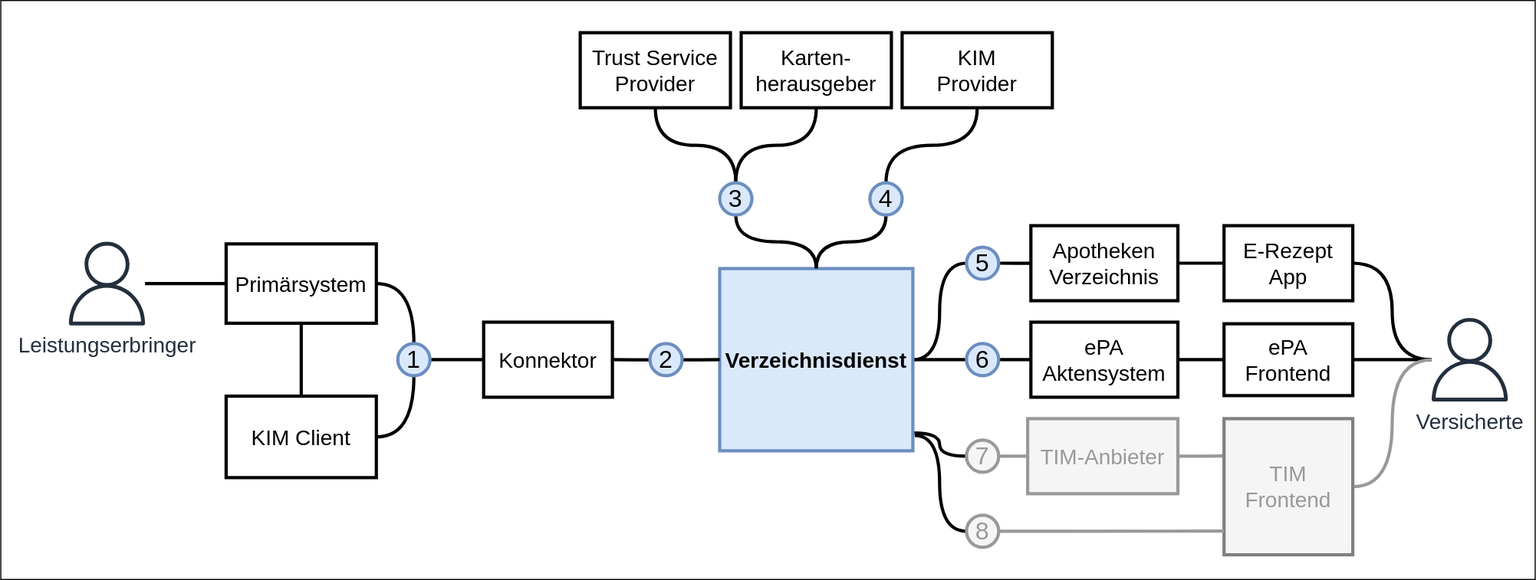
gematik/api-vzd keeps this draw.io diagram as images/VZD_Systemkontext.svg. Above is the earlier version. Source tidied: cells renumbered, new cells last; positions are measured from the earlier drawing's top-left corner, leaving out a move shared by most shapes.
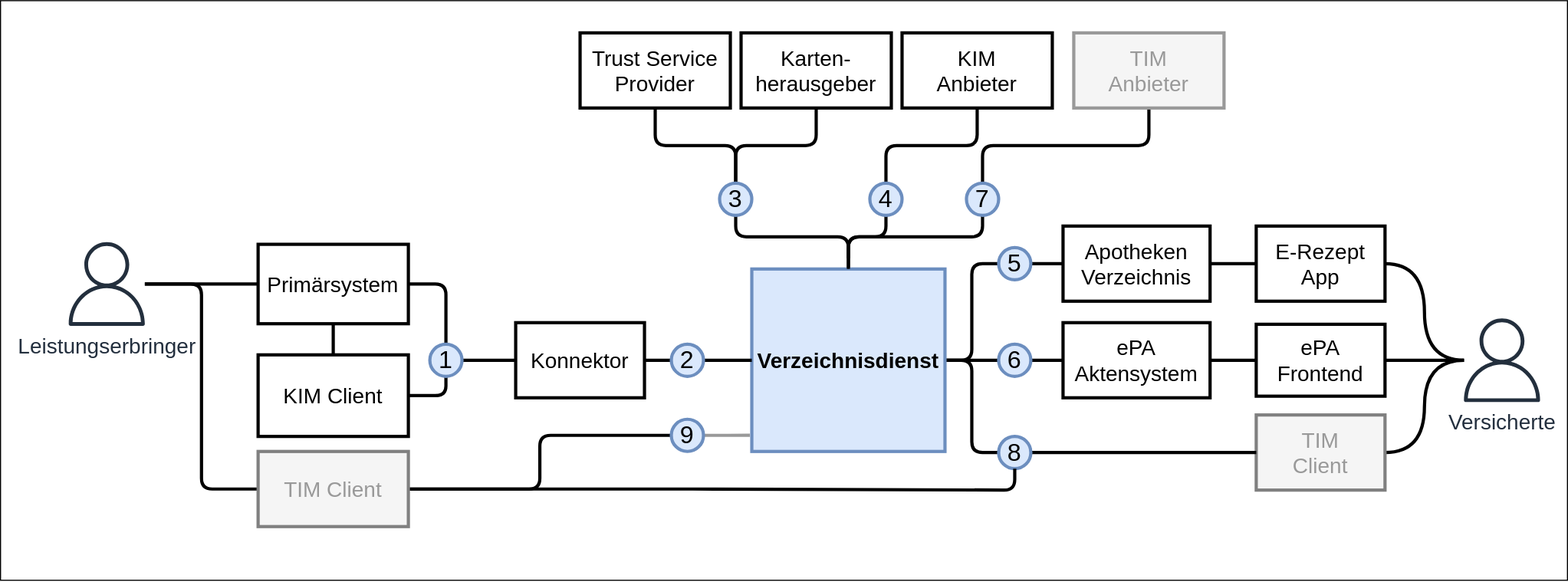
Above is the later version.

Diff of the diagram source:
```diff
@@ -3,21 +3,23 @@
     <mxCell id="0" />
     <mxCell id="1" parent="0" />
     <mxCell id="2" style="rounded=0;whiteSpace=wrap;html=1;fontSize=16;strokeWidth=1;fillColor=none;" parent="1" vertex="1">
-      <mxGeometry width="1430" height="540" as="geometry" />
+      <mxGeometry x="-30" width="1460" height="540" as="geometry" />
     </mxCell>
-    <mxCell id="3" style="edgeStyle=orthogonalEdgeStyle;curved=1;jettySize=auto;html=1;exitX=0.5;exitY=0;exitDx=0;exitDy=0;entryX=0.5;entryY=1;entryDx=0;entryDy=0;fontSize=16;endArrow=none;endFill=0;strokeWidth=3;fontStyle=0;" parent="1" edge="1" source="8" target="30">
-      <mxGeometry relative="1" as="geometry" />
+    <mxCell id="3" style="edgeStyle=orthogonalEdgeStyle;jettySize=auto;html=1;exitX=0.5;exitY=0;exitDx=0;exitDy=0;entryX=0.5;entryY=1;entryDx=0;entryDy=0;fontSize=16;endArrow=none;endFill=0;strokeWidth=3;fontStyle=0;rounded=1;" parent="1" edge="1" source="8" target="30">
+      <mxGeometry relative="1" as="geometry">
+        <Array as="points">
+          <mxPoint x="760" y="220" />
+          <mxPoint x="655" y="220" />
+        </Array>
+      </mxGeometry>
     </mxCell>
-    <mxCell id="4" style="edgeStyle=orthogonalEdgeStyle;curved=1;jettySize=auto;html=1;entryX=0;entryY=0.5;entryDx=0;entryDy=0;fontSize=16;endArrow=none;endFill=0;strokeWidth=3;fontStyle=0;" parent="1" edge="1" source="8" target="31">
+    <mxCell id="4" style="edgeStyle=orthogonalEdgeStyle;jettySize=auto;html=1;entryX=0;entryY=0.5;entryDx=0;entryDy=0;fontSize=16;endArrow=none;endFill=0;strokeWidth=3;fontStyle=0;rounded=1;" parent="1" edge="1" source="8" target="31">
       <mxGeometry relative="1" as="geometry" />
     </mxCell>
     <mxCell id="5" style="edgeStyle=orthogonalEdgeStyle;curved=1;jettySize=auto;html=1;exitX=1;exitY=0.5;exitDx=0;exitDy=0;entryX=0;entryY=0.5;entryDx=0;entryDy=0;fontSize=16;endArrow=none;endFill=0;strokeWidth=3;fontStyle=0;" parent="1" edge="1" source="8" target="33">
       <mxGeometry relative="1" as="geometry" />
     </mxCell>
-    <mxCell id="6" style="edgeStyle=orthogonalEdgeStyle;curved=1;jettySize=auto;html=1;entryX=0;entryY=0.5;entryDx=0;entryDy=0;fontSize=23;endArrow=none;endFill=0;strokeWidth=3;exitX=1.007;exitY=0.902;exitDx=0;exitDy=0;exitPerimeter=0;fontStyle=0;" parent="1" edge="1" source="8" target="48">
-      <mxGeometry relative="1" as="geometry" />
-    </mxCell>
-    <mxCell id="7" style="edgeStyle=orthogonalEdgeStyle;curved=1;jettySize=auto;html=1;entryX=0;entryY=0.5;entryDx=0;entryDy=0;fontSize=23;endArrow=none;endFill=0;strokeWidth=3;exitX=1.01;exitY=0.916;exitDx=0;exitDy=0;exitPerimeter=0;fontStyle=0;" parent="1" edge="1" source="8" target="51">
+    <mxCell id="7" style="edgeStyle=orthogonalEdgeStyle;rounded=1;jettySize=auto;html=1;entryX=0;entryY=0.5;entryDx=0;entryDy=0;fontSize=23;fontColor=#999999;endArrow=none;endFill=0;strokeColor=#000000;strokeWidth=3;exitX=1;exitY=0.5;exitDx=0;exitDy=0;" parent="1" edge="1" source="8" target="51">
       <mxGeometry relative="1" as="geometry" />
     </mxCell>
     <mxCell id="8" value="Verzeichnisdienst" style="rounded=0;whiteSpace=wrap;html=1;fillColor=#dae8fc;strokeColor=#6c8ebf;strokeWidth=3;fontSize=20;fontStyle=1;" parent="1" vertex="1">
@@ -32,11 +34,11 @@
     <mxCell id="11" value="Primärsystem" style="rounded=0;whiteSpace=wrap;html=1;strokeWidth=3;fontSize=20;fontStyle=0;" parent="1" vertex="1">
       <mxGeometry x="210" y="227" width="140" height="74" as="geometry" />
     </mxCell>
-    <mxCell id="12" style="edgeStyle=orthogonalEdgeStyle;curved=1;jettySize=auto;html=1;entryX=0.5;entryY=1;entryDx=0;entryDy=0;fontSize=16;endArrow=none;endFill=0;strokeWidth=3;fontStyle=0;" parent="1" edge="1" source="13" target="36">
+    <mxCell id="12" style="edgeStyle=orthogonalEdgeStyle;jettySize=auto;html=1;exitX=1;exitY=0.5;exitDx=0;exitDy=0;entryX=0.5;entryY=1;entryDx=0;entryDy=0;fontSize=23;fontColor=#999999;endArrow=none;endFill=0;strokeColor=#000000;strokeWidth=3;rounded=1;" parent="1" edge="1" source="13" target="36">
       <mxGeometry relative="1" as="geometry" />
     </mxCell>
     <mxCell id="13" value="KIM Client" style="rounded=0;whiteSpace=wrap;html=1;strokeWidth=3;fontSize=20;fontStyle=0;" parent="1" vertex="1">
-      <mxGeometry x="210" y="369" width="140" height="76" as="geometry" />
+      <mxGeometry x="210" y="330" width="140" height="76" as="geometry" />
     </mxCell>
     <mxCell id="14" style="edgeStyle=orthogonalEdgeStyle;curved=1;jettySize=auto;html=1;exitX=1;exitY=0.5;exitDx=0;exitDy=0;entryX=0;entryY=0.5;entryDx=0;entryDy=0;fontSize=16;endArrow=none;endFill=0;strokeWidth=3;fontStyle=0;" parent="1" edge="1" source="15" target="16">
       <mxGeometry relative="1" as="geometry" />
@@ -65,7 +67,7 @@
     <mxCell id="22" style="edgeStyle=orthogonalEdgeStyle;curved=1;jettySize=auto;html=1;entryX=1;entryY=0.5;entryDx=0;entryDy=0;fontSize=16;endArrow=none;endFill=0;strokeWidth=3;fontStyle=0;" parent="1" edge="1" source="24" target="16">
       <mxGeometry relative="1" as="geometry" />
     </mxCell>
-    <mxCell id="23" style="edgeStyle=orthogonalEdgeStyle;curved=1;jettySize=auto;html=1;entryX=1;entryY=0.5;entryDx=0;entryDy=0;fontSize=23;endArrow=none;endFill=0;strokeWidth=3;strokeColor=#999999;fontStyle=0;" parent="1" edge="1" source="24" target="49">
+    <mxCell id="23" style="edgeStyle=orthogonalEdgeStyle;curved=1;jettySize=auto;html=1;entryX=1;entryY=0.5;entryDx=0;entryDy=0;fontSize=23;endArrow=none;endFill=0;strokeWidth=3;strokeColor=#000000;fontStyle=0;" parent="1" edge="1" source="24" target="49">
       <mxGeometry relative="1" as="geometry" />
     </mxCell>
     <mxCell id="24" value="Versicherte" style="sketch=0;outlineConnect=0;fontColor=#232F3E;gradientColor=none;fillColor=#232F3D;strokeColor=none;dashed=0;verticalLabelPosition=bottom;verticalAlign=top;align=center;html=1;fontSize=20;fontStyle=0;shape=mxgraph.aws4.user;" parent="1" vertex="1">
@@ -74,20 +76,23 @@
     <mxCell id="25" style="edgeStyle=orthogonalEdgeStyle;curved=1;jettySize=auto;html=1;entryX=0;entryY=0.5;entryDx=0;entryDy=0;fontSize=16;endArrow=none;endFill=0;strokeWidth=3;fontStyle=0;" parent="1" edge="1" source="26" target="11">
       <mxGeometry relative="1" as="geometry" />
     </mxCell>
+    <mxCell id="52" style="edgeStyle=orthogonalEdgeStyle;rounded=1;jettySize=auto;html=1;entryX=0;entryY=0.5;entryDx=0;entryDy=0;fontSize=23;fontColor=#999999;endArrow=none;endFill=0;strokeColor=#000000;strokeWidth=3;" parent="1" edge="1" source="26" target="55">
+      <mxGeometry relative="1" as="geometry" />
+    </mxCell>
     <mxCell id="26" value="Leistungserbringer" style="sketch=0;outlineConnect=0;fontColor=#232F3E;gradientColor=none;fillColor=#232F3D;strokeColor=none;dashed=0;verticalLabelPosition=bottom;verticalAlign=top;align=center;html=1;fontSize=20;fontStyle=0;shape=mxgraph.aws4.user;" parent="1" vertex="1">
-      <mxGeometry x="60" y="225" width="78" height="78" as="geometry" />
+      <mxGeometry x="30" y="225" width="78" height="78" as="geometry" />
     </mxCell>
-    <mxCell id="27" style="edgeStyle=orthogonalEdgeStyle;jettySize=auto;html=1;entryX=0.5;entryY=0;entryDx=0;entryDy=0;fontSize=16;curved=1;exitX=0.5;exitY=1;exitDx=0;exitDy=0;endArrow=none;endFill=0;strokeWidth=3;fontStyle=0;" parent="1" edge="1" source="43" target="30">
+    <mxCell id="27" style="edgeStyle=orthogonalEdgeStyle;jettySize=auto;html=1;entryX=0.5;entryY=0;entryDx=0;entryDy=0;fontSize=16;exitX=0.5;exitY=1;exitDx=0;exitDy=0;endArrow=none;endFill=0;strokeWidth=3;fontStyle=0;rounded=1;" parent="1" edge="1" source="43" target="30">
       <mxGeometry relative="1" as="geometry" />
     </mxCell>
-    <mxCell id="28" style="edgeStyle=orthogonalEdgeStyle;curved=1;jettySize=auto;html=1;entryX=0.5;entryY=0;entryDx=0;entryDy=0;fontSize=20;endArrow=none;endFill=0;exitX=0.5;exitY=1;exitDx=0;exitDy=0;strokeWidth=3;fontStyle=0;" parent="1" edge="1" source="42" target="30">
+    <mxCell id="28" style="edgeStyle=orthogonalEdgeStyle;jettySize=auto;html=1;entryX=0.5;entryY=0;entryDx=0;entryDy=0;fontSize=20;endArrow=none;endFill=0;exitX=0.5;exitY=1;exitDx=0;exitDy=0;strokeWidth=3;fontStyle=0;rounded=1;" parent="1" edge="1" source="42" target="30">
       <mxGeometry relative="1" as="geometry" />
     </mxCell>
-    <mxCell id="29" style="edgeStyle=orthogonalEdgeStyle;curved=1;jettySize=auto;html=1;exitX=0.5;exitY=1;exitDx=0;exitDy=0;entryX=0.5;entryY=0;entryDx=0;entryDy=0;fontSize=16;endArrow=none;endFill=0;strokeWidth=3;fontStyle=0;" parent="1" edge="1" source="44" target="41">
+    <mxCell id="29" style="edgeStyle=orthogonalEdgeStyle;jettySize=auto;html=1;exitX=0.5;exitY=1;exitDx=0;exitDy=0;entryX=0.5;entryY=0;entryDx=0;entryDy=0;fontSize=16;endArrow=none;endFill=0;strokeWidth=3;fontStyle=0;rounded=1;" parent="1" edge="1" source="44" target="41">
       <mxGeometry relative="1" as="geometry" />
     </mxCell>
     <mxCell id="30" value="3" style="ellipse;whiteSpace=wrap;html=1;fontSize=23;strokeWidth=3;fontStyle=0;fillColor=#dae8fc;strokeColor=#6c8ebf;" parent="1" vertex="1">
-      <mxGeometry x="670" y="170" width="30" height="30" as="geometry" />
+      <mxGeometry x="640" y="170" width="30" height="30" as="geometry" />
     </mxCell>
     <mxCell id="31" value="5" style="ellipse;whiteSpace=wrap;html=1;fontSize=23;strokeWidth=3;fontStyle=0;fillColor=#dae8fc;strokeColor=#6c8ebf;" parent="1" vertex="1">
       <mxGeometry x="900" y="230" width="30" height="30" as="geometry" />
@@ -101,7 +106,7 @@
     <mxCell id="34" style="edgeStyle=orthogonalEdgeStyle;curved=1;jettySize=auto;html=1;exitX=1;exitY=0.5;exitDx=0;exitDy=0;entryX=0;entryY=0.5;entryDx=0;entryDy=0;fontSize=16;endArrow=none;endFill=0;strokeWidth=3;fontStyle=0;" parent="1" edge="1" source="36" target="9">
       <mxGeometry relative="1" as="geometry" />
     </mxCell>
-    <mxCell id="35" style="edgeStyle=orthogonalEdgeStyle;curved=1;jettySize=auto;html=1;exitX=0.5;exitY=0;exitDx=0;exitDy=0;entryX=1;entryY=0.5;entryDx=0;entryDy=0;fontSize=16;endArrow=none;endFill=0;strokeWidth=3;fontStyle=0;" parent="1" edge="1" source="36" target="11">
+    <mxCell id="35" style="edgeStyle=orthogonalEdgeStyle;jettySize=auto;html=1;exitX=0.5;exitY=0;exitDx=0;exitDy=0;entryX=1;entryY=0.5;entryDx=0;entryDy=0;fontSize=16;endArrow=none;endFill=0;strokeWidth=3;fontStyle=0;rounded=1;" parent="1" edge="1" source="36" target="11">
       <mxGeometry relative="1" as="geometry" />
     </mxCell>
     <mxCell id="36" value="1" style="ellipse;whiteSpace=wrap;html=1;fontSize=23;strokeWidth=3;fontStyle=0;fillColor=#dae8fc;strokeColor=#6c8ebf;" parent="1" vertex="1">
@@ -114,43 +119,69 @@
       <mxGeometry relative="1" as="geometry" />
     </mxCell>
     <mxCell id="39" value="&lt;font style=&quot;font-size: 23px;&quot;&gt;&lt;span style=&quot;font-size: 23px;&quot;&gt;2&lt;/span&gt;&lt;/font&gt;" style="ellipse;whiteSpace=wrap;html=1;fontSize=23;strokeWidth=3;fillColor=#dae8fc;strokeColor=#6c8ebf;fontStyle=0;" parent="1" vertex="1">
-      <mxGeometry x="605" y="320" width="30" height="30" as="geometry" />
+      <mxGeometry x="595" y="320" width="30" height="30" as="geometry" />
     </mxCell>
-    <mxCell id="40" style="edgeStyle=orthogonalEdgeStyle;curved=1;jettySize=auto;html=1;exitX=0.5;exitY=1;exitDx=0;exitDy=0;entryX=0.5;entryY=0;entryDx=0;entryDy=0;fontSize=20;endArrow=none;endFill=0;strokeWidth=3;fontStyle=0;" parent="1" edge="1" source="41" target="8">
-      <mxGeometry relative="1" as="geometry" />
+    <mxCell id="40" style="edgeStyle=orthogonalEdgeStyle;jettySize=auto;html=1;exitX=0.5;exitY=1;exitDx=0;exitDy=0;entryX=0.5;entryY=0;entryDx=0;entryDy=0;fontSize=20;endArrow=none;endFill=0;strokeWidth=3;fontStyle=0;rounded=1;" parent="1" edge="1" source="41" target="8">
+      <mxGeometry relative="1" as="geometry">
+        <Array as="points">
+          <mxPoint x="795" y="220" />
+          <mxPoint x="760" y="220" />
+        </Array>
+      </mxGeometry>
     </mxCell>
     <mxCell id="41" value="4" style="ellipse;whiteSpace=wrap;html=1;fontSize=23;strokeWidth=3;fontStyle=0;fillColor=#dae8fc;strokeColor=#6c8ebf;" parent="1" vertex="1">
-      <mxGeometry x="810" y="170" width="30" height="30" as="geometry" />
+      <mxGeometry x="780" y="170" width="30" height="30" as="geometry" />
     </mxCell>
     <mxCell id="42" value="Karten-&lt;br style=&quot;font-size: 20px;&quot;&gt;herausgeber" style="rounded=0;whiteSpace=wrap;html=1;strokeWidth=3;fontSize=20;fontStyle=0;" parent="1" vertex="1">
-      <mxGeometry x="690" y="30" width="140" height="70" as="geometry" />
+      <mxGeometry x="660" y="30" width="140" height="70" as="geometry" />
     </mxCell>
     <mxCell id="43" value="Trust Service Provider" style="rounded=0;whiteSpace=wrap;html=1;strokeWidth=3;fontSize=20;fontStyle=0;" parent="1" vertex="1">
-      <mxGeometry x="540" y="30" width="140" height="70" as="geometry" />
+      <mxGeometry x="510" y="30" width="140" height="70" as="geometry" />
     </mxCell>
-    <mxCell id="44" value="KIM&lt;br style=&quot;font-size: 20px;&quot;&gt;Provider" style="rounded=0;whiteSpace=wrap;html=1;strokeWidth=3;fontSize=20;fontStyle=0;" parent="1" vertex="1">
-      <mxGeometry x="840" y="30" width="140" height="70" as="geometry" />
+    <mxCell id="44" value="KIM&lt;br style=&quot;font-size: 20px&quot;&gt;Anbieter" style="rounded=0;whiteSpace=wrap;html=1;strokeWidth=3;fontSize=20;fontStyle=0;" parent="1" vertex="1">
+      <mxGeometry x="810" y="30" width="140" height="70" as="geometry" />
     </mxCell>
-    <mxCell id="45" style="edgeStyle=orthogonalEdgeStyle;curved=1;jettySize=auto;html=1;exitX=1;exitY=0.5;exitDx=0;exitDy=0;entryX=-0.005;entryY=0.274;entryDx=0;entryDy=0;fontSize=23;endArrow=none;endFill=0;strokeWidth=3;entryPerimeter=0;fontColor=#999999;strokeColor=#999999;fontStyle=0;" parent="1" edge="1" source="46" target="49">
-      <mxGeometry relative="1" as="geometry" />
-    </mxCell>
-    <mxCell id="46" value="TIM-Anbieter" style="rounded=0;whiteSpace=wrap;html=1;strokeWidth=3;fontSize=20;fontStyle=0;fillColor=#f5f5f5;strokeColor=#999999;fontColor=#999999;" parent="1" vertex="1">
-      <mxGeometry x="957" y="390" width="140" height="70" as="geometry" />
-    </mxCell>
-    <mxCell id="47" style="edgeStyle=orthogonalEdgeStyle;curved=1;jettySize=auto;html=1;exitX=1;exitY=0.5;exitDx=0;exitDy=0;entryX=0;entryY=0.5;entryDx=0;entryDy=0;fontSize=23;endArrow=none;endFill=0;strokeWidth=3;fontColor=#999999;strokeColor=#999999;fontStyle=0;" parent="1" edge="1" source="48" target="46">
-      <mxGeometry relative="1" as="geometry" />
-    </mxCell>
-    <mxCell id="48" value="7" style="ellipse;whiteSpace=wrap;html=1;fontSize=23;strokeWidth=3;fontStyle=0;fillColor=#f5f5f5;strokeColor=#999999;fontColor=#999999;" parent="1" vertex="1">
-      <mxGeometry x="900" y="410" width="30" height="30" as="geometry" />
-    </mxCell>
-    <mxCell id="49" value="TIM Frontend" style="rounded=0;whiteSpace=wrap;html=1;fontSize=20;strokeWidth=3;fontStyle=0;fillColor=#f5f5f5;strokeColor=#808080;fontColor=#999999;" parent="1" vertex="1">
-      <mxGeometry x="1140" y="390" width="120" height="127" as="geometry" />
+    <mxCell id="49" value="TIM&lt;br&gt;Client" style="rounded=0;whiteSpace=wrap;html=1;fontSize=20;strokeWidth=3;fontStyle=0;fillColor=#f5f5f5;strokeColor=#808080;fontColor=#999999;" parent="1" vertex="1">
+      <mxGeometry x="1140" y="386" width="120" height="70" as="geometry" />
     </mxCell>
-    <mxCell id="50" style="edgeStyle=orthogonalEdgeStyle;curved=1;jettySize=auto;html=1;exitX=1;exitY=0.5;exitDx=0;exitDy=0;entryX=0;entryY=0.826;entryDx=0;entryDy=0;entryPerimeter=0;fontSize=23;endArrow=none;endFill=0;strokeWidth=3;fontColor=#999999;strokeColor=#999999;fontStyle=0;" parent="1" edge="1" source="51" target="49">
+    <mxCell id="50" style="edgeStyle=orthogonalEdgeStyle;rounded=0;jettySize=auto;html=1;exitX=1;exitY=0.5;exitDx=0;exitDy=0;entryX=0;entryY=0.5;entryDx=0;entryDy=0;fontSize=23;fontColor=#999999;endArrow=none;endFill=0;strokeColor=#000000;strokeWidth=3;" parent="1" edge="1" source="51" target="49">
       <mxGeometry relative="1" as="geometry" />
     </mxCell>
-    <mxCell id="51" value="8" style="ellipse;whiteSpace=wrap;html=1;fontSize=23;strokeWidth=3;fontStyle=0;fillColor=#f5f5f5;strokeColor=#999999;fontColor=#999999;" parent="1" vertex="1">
-      <mxGeometry x="900" y="480" width="30" height="30" as="geometry" />
+    <mxCell id="51" value="8" style="ellipse;whiteSpace=wrap;html=1;fontSize=23;strokeWidth=3;fontStyle=0;fillColor=#dae8fc;strokeColor=#6c8ebf;" parent="1" vertex="1">
+      <mxGeometry x="900" y="406" width="30" height="30" as="geometry" />
     </mxCell>
+    <mxCell id="53" style="edgeStyle=orthogonalEdgeStyle;jettySize=auto;html=1;entryX=0.5;entryY=1;entryDx=0;entryDy=0;fontSize=23;fontColor=#999999;endArrow=none;endFill=0;strokeColor=#000000;strokeWidth=3;rounded=1;" parent="1" edge="1" source="55" target="51">
+      <mxGeometry relative="1" as="geometry" />
+    </mxCell>
+    <mxCell id="54" style="edgeStyle=orthogonalEdgeStyle;rounded=1;jettySize=auto;html=1;entryX=0;entryY=0.5;entryDx=0;entryDy=0;fontSize=23;fontColor=#999999;endArrow=none;endFill=0;strokeColor=#000000;strokeWidth=3;" parent="1" edge="1" source="55" target="57">
+      <mxGeometry relative="1" as="geometry" />
+    </mxCell>
+    <mxCell id="55" value="TIM Client" style="rounded=0;whiteSpace=wrap;html=1;fontSize=20;strokeWidth=3;fontStyle=0;fillColor=#f5f5f5;strokeColor=#808080;fontColor=#999999;" parent="1" vertex="1">
+      <mxGeometry x="210" y="420" width="140" height="70" as="geometry" />
+    </mxCell>
+    <mxCell id="56" style="edgeStyle=orthogonalEdgeStyle;rounded=0;jettySize=auto;html=1;fontSize=23;fontColor=#999999;endArrow=none;endFill=0;strokeColor=#999999;strokeWidth=3;entryX=-0.01;entryY=0.911;entryDx=0;entryDy=0;entryPerimeter=0;" parent="1" edge="1" source="57" target="8">
+      <mxGeometry relative="1" as="geometry" />
+    </mxCell>
+    <mxCell id="57" value="9" style="ellipse;whiteSpace=wrap;html=1;fontSize=23;strokeWidth=3;fontStyle=0;fillColor=#dae8fc;strokeColor=#6c8ebf;" parent="1" vertex="1">
+      <mxGeometry x="595" y="390" width="30" height="30" as="geometry" />
+    </mxCell>
+    <mxCell id="58" style="edgeStyle=orthogonalEdgeStyle;rounded=1;jettySize=auto;html=1;exitX=0.5;exitY=1;exitDx=0;exitDy=0;entryX=0.5;entryY=0;entryDx=0;entryDy=0;fontSize=23;fontColor=#999999;endArrow=none;endFill=0;strokeColor=#000000;strokeWidth=3;" parent="1" edge="1" source="59" target="48">
+      <mxGeometry relative="1" as="geometry" />
+    </mxCell>
+    <mxCell id="59" value="TIM&lt;br&gt;Anbieter" style="rounded=0;whiteSpace=wrap;html=1;strokeWidth=3;fontSize=20;fontStyle=0;fillColor=#f5f5f5;strokeColor=#999999;fontColor=#999999;" parent="1" vertex="1">
+      <mxGeometry x="970" y="30" width="140" height="70" as="geometry" />
+    </mxCell>
+    <mxCell id="60" style="edgeStyle=orthogonalEdgeStyle;rounded=1;jettySize=auto;html=1;exitX=0.5;exitY=1;exitDx=0;exitDy=0;fontSize=23;fontColor=#999999;endArrow=none;endFill=0;strokeColor=#000000;strokeWidth=3;" parent="1" edge="1" source="48">
+      <mxGeometry relative="1" as="geometry">
+        <mxPoint x="760" y="240" as="targetPoint" />
+        <Array as="points">
+          <mxPoint x="885" y="220" />
+          <mxPoint x="760" y="220" />
+        </Array>
+      </mxGeometry>
+    </mxCell>
+    <mxCell id="48" value="7" style="ellipse;whiteSpace=wrap;html=1;fontSize=23;strokeWidth=3;fontStyle=0;fillColor=#dae8fc;strokeColor=#6c8ebf;" parent="1" vertex="1">
+      <mxGeometry x="870" y="170" width="30" height="30" as="geometry" />
+    </mxCell>
   </root>
 </mxGraphModel>
```
